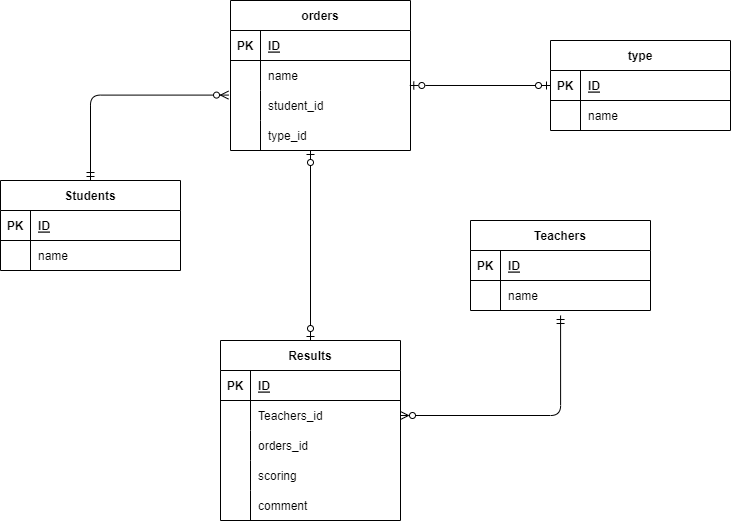
Before: index.drawio.png, a diagram exported from draw.io (masshii/datebasesekkei-enshuumondai). Source tidied: cells renumbered, new cells last; positions are measured from the earlier drawing's top-left corner, leaving out a move shared by most shapes.
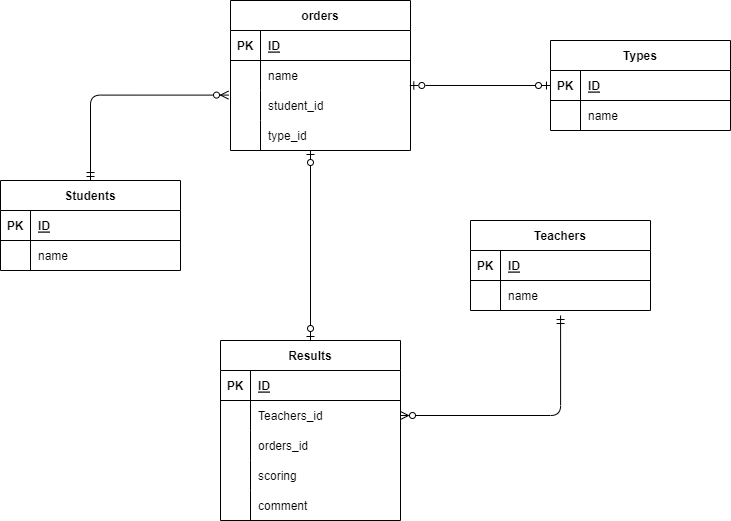
After the change.

Diff of the diagram source:
```diff
@@ -145,7 +145,7 @@
         <mxPoint x="560.1" y="315" as="targetPoint" />
       </mxGeometry>
     </mxCell>
-    <mxCell id="48" value="type" style="shape=table;startSize=30;rowLines=0;fontStyle=1;align=center;" parent="1" vertex="1">
+    <mxCell id="48" value="Types" style="shape=table;startSize=30;rowLines=0;fontStyle=1;align=center;" parent="1" vertex="1">
       <mxGeometry x="550" y="40" width="180" height="90" as="geometry" />
     </mxCell>
     <mxCell id="49" style="shape=partialRectangle;fillColor=none;top=0;left=0;bottom=1;right=0;points=[[0,0.5],[1,0.5]];portConstraint=eastwest;" parent="48" vertex="1">
```
